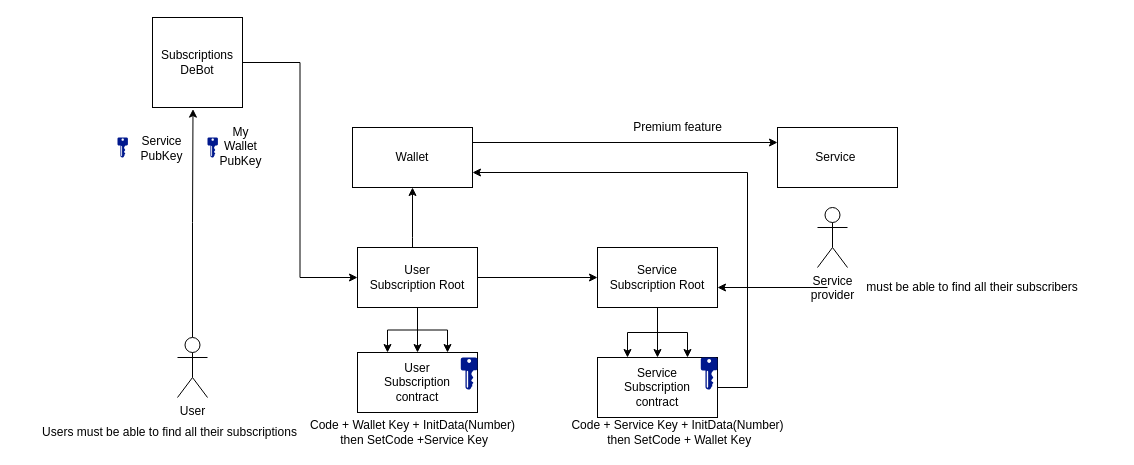
Above: Untitled Diagram.drawio in SkySonR/draw.io (draw.io), before the change. Source tidied: cells renumbered, new cells numbered last; positions are measured from the earlier drawing's top-left corner, leaving out a move shared by most shapes. Both pictures are drawn from the tidied source at 100%, with x=0, y=0 at pixel (37, 17).
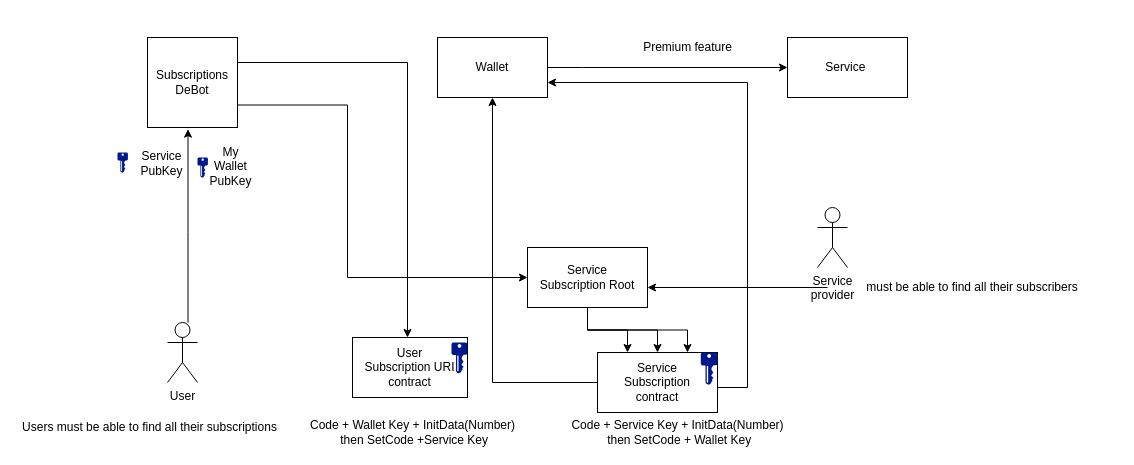
The same diagram, later.

Unchanged cells that the change refers to:
```xml
<mxCell id="18" value="Service&lt;br&gt;Subscription&lt;br&gt;contract" style="rounded=0;whiteSpace=wrap;html=1;" parent="17" vertex="1">
  <mxGeometry width="120" height="60" as="geometry" />
</mxCell>
```

Diff of the diagram source:
```diff
@@
     <mxCell id="2" style="edgeStyle=orthogonalEdgeStyle;rounded=0;jettySize=auto;html=1;entryX=0.45;entryY=1.018;entryDx=0;entryDy=0;entryPerimeter=0;" parent="1" edge="1" source="3" target="33">
-      <mxGeometry relative="1" as="geometry" />
+      <mxGeometry relative="1" as="geometry">
+        <Array as="points">
+          <mxPoint x="151" y="215" />
+        </Array>
+      </mxGeometry>
     </mxCell>
     <mxCell id="3" value="User" style="shape=umlActor;verticalLabelPosition=bottom;verticalAlign=top;html=1;outlineConnect=0;" parent="1" vertex="1">
-      <mxGeometry x="140" y="320" width="30" height="60" as="geometry" />
+      <mxGeometry x="130" y="305" width="30" height="60" as="geometry" />
     </mxCell>
     <mxCell id="4" value="Service&amp;nbsp;" style="rounded=0;whiteSpace=wrap;html=1;" parent="1" vertex="1">
-      <mxGeometry x="740" y="110" width="120" height="60" as="geometry" />
+      <mxGeometry x="750" y="20" width="120" height="60" as="geometry" />
     </mxCell>
@@
     <mxCell id="8" value="Service&lt;br&gt;Subscription Root" style="rounded=0;whiteSpace=wrap;html=1;" parent="1" vertex="1">
-      <mxGeometry x="560" y="230" width="120" height="60" as="geometry" />
+      <mxGeometry x="490" y="230" width="120" height="60" as="geometry" />
     </mxCell>
-    <mxCell id="9" style="edgeStyle=orthogonalEdgeStyle;rounded=0;jettySize=auto;html=1;entryX=0.5;entryY=0;entryDx=0;entryDy=0;" parent="1" edge="1" source="14" target="23">
-      <mxGeometry relative="1" as="geometry" />
-    </mxCell>
-    <mxCell id="10" style="edgeStyle=orthogonalEdgeStyle;rounded=0;jettySize=auto;html=1;entryX=0.75;entryY=0;entryDx=0;entryDy=0;" parent="1" edge="1" source="14" target="23">
-      <mxGeometry relative="1" as="geometry" />
-    </mxCell>
-    <mxCell id="11" style="edgeStyle=orthogonalEdgeStyle;rounded=0;jettySize=auto;html=1;entryX=0;entryY=0.5;entryDx=0;entryDy=0;" parent="1" edge="1" source="14" target="8">
-      <mxGeometry relative="1" as="geometry" />
+    <mxCell id="11" style="edgeStyle=orthogonalEdgeStyle;rounded=0;jettySize=auto;html=1;entryX=0;entryY=0.5;entryDx=0;entryDy=0;exitX=1;exitY=0.75;exitDx=0;exitDy=0;" parent="1" edge="1" source="33" target="8">
+      <mxGeometry relative="1" as="geometry">
+        <Array as="points">
+          <mxPoint x="310" y="87" />
+          <mxPoint x="310" y="260" />
+        </Array>
+      </mxGeometry>
     </mxCell>
-    <mxCell id="12" style="edgeStyle=orthogonalEdgeStyle;rounded=0;jettySize=auto;html=1;entryX=0.5;entryY=1;entryDx=0;entryDy=0;" parent="1" edge="1" source="14" target="21">
-      <mxGeometry relative="1" as="geometry">
-        <Array as="points">
-          <mxPoint x="375" y="220" />
-          <mxPoint x="375" y="220" />
-        </Array>
-      </mxGeometry>
-    </mxCell>
-    <mxCell id="13" style="edgeStyle=orthogonalEdgeStyle;rounded=0;jettySize=auto;html=1;entryX=0.25;entryY=0;entryDx=0;entryDy=0;" parent="1" edge="1" source="14" target="23">
-      <mxGeometry relative="1" as="geometry" />
-    </mxCell>
-    <mxCell id="14" value="User&lt;br&gt;Subscription Root" style="rounded=0;whiteSpace=wrap;html=1;" parent="1" vertex="1">
-      <mxGeometry x="320" y="230" width="120" height="60" as="geometry" />
-    </mxCell>
     <mxCell id="15" value="Users must be able to find all their subscriptions" style="text;html=1;strokeColor=none;fillColor=none;align=center;verticalAlign=middle;whiteSpace=wrap;rounded=0;" parent="1" vertex="1">
-      <mxGeometry y="405" width="265" height="20" as="geometry" />
+      <mxGeometry x="-20" y="400" width="265" height="20" as="geometry" />
     </mxCell>
@@
     <mxCell id="17" style="group;" parent="1" vertex="1">
-      <mxGeometry x="560" y="340" width="120" height="60" as="geometry" />
+      <mxGeometry x="560" y="335" width="120" height="60" as="geometry" />
     </mxCell>
@@
-    <mxCell id="20" style="edgeStyle=orthogonalEdgeStyle;rounded=0;jettySize=auto;html=1;exitX=1;exitY=0.25;exitDx=0;exitDy=0;entryX=0;entryY=0.25;entryDx=0;entryDy=0;" parent="1" edge="1" source="21" target="4">
-      <mxGeometry relative="1" as="geometry" />
+    <mxCell id="20" style="edgeStyle=orthogonalEdgeStyle;rounded=0;jettySize=auto;html=1;exitX=1;exitY=0.25;exitDx=0;exitDy=0;" parent="1" edge="1" source="21">
+      <mxGeometry relative="1" as="geometry">
+        <mxPoint x="750" y="50" as="targetPoint" />
+        <Array as="points">
+          <mxPoint x="545" y="50" />
+          <mxPoint x="750" y="50" />
+        </Array>
+      </mxGeometry>
     </mxCell>
     <mxCell id="21" value="Wallet" style="rounded=0;whiteSpace=wrap;html=1;" parent="1" vertex="1">
-      <mxGeometry x="315" y="110" width="120" height="60" as="geometry" />
+      <mxGeometry x="400" y="20" width="110" height="60" as="geometry" />
     </mxCell>
     <mxCell id="22" style="group;" parent="1" vertex="1">
-      <mxGeometry x="320" y="335" width="120" height="60" as="geometry" />
+      <mxGeometry x="315" y="320" width="115" height="60" as="geometry" />
     </mxCell>
-    <mxCell id="23" value="User&lt;br&gt;Subscription&lt;br&gt;contract" style="rounded=0;whiteSpace=wrap;html=1;" parent="22" vertex="1">
-      <mxGeometry width="120" height="60" as="geometry" />
+    <mxCell id="23" value="User&lt;br&gt;Subscription URI&lt;br&gt;contract" style="rounded=0;whiteSpace=wrap;html=1;" parent="22" vertex="1">
+      <mxGeometry width="115" height="60" as="geometry" />
     </mxCell>
     <mxCell id="24" style="shadow=0;dashed=0;html=1;strokeColor=none;labelPosition=center;verticalLabelPosition=bottom;verticalAlign=top;align=center;fillColor=#00188D;shape=mxgraph.mscae.enterprise.key_permissions;" parent="22" vertex="1">
-      <mxGeometry x="103.3" y="5" width="16.7" height="32.1" as="geometry" />
+      <mxGeometry x="99" y="5" width="16" height="30.7" as="geometry" />
     </mxCell>
@@
     <mxCell id="26" style="group;" parent="1" vertex="1">
-      <mxGeometry x="80" y="120" width="65" height="30" as="geometry" />
+      <mxGeometry x="80" y="135" width="65" height="30" as="geometry" />
     </mxCell>
@@
     <mxCell id="30" style="edgeStyle=orthogonalEdgeStyle;rounded=0;jettySize=auto;html=1;entryX=1;entryY=0.75;entryDx=0;entryDy=0;" parent="1" edge="1" source="18" target="21">
       <mxGeometry relative="1" as="geometry">
         <Array as="points">
           <mxPoint x="710" y="370" />
-          <mxPoint x="710" y="155" />
+          <mxPoint x="710" y="65" />
         </Array>
       </mxGeometry>
     </mxCell>
     <mxCell id="31" value="&lt;span&gt;Premium feature&lt;/span&gt;" style="text;html=1;align=center;verticalAlign=middle;" parent="1" vertex="1">
-      <mxGeometry x="590" y="100" width="100" height="20" as="geometry" />
+      <mxGeometry x="600" y="20" width="100" height="20" as="geometry" />
     </mxCell>
-    <mxCell id="32" style="edgeStyle=orthogonalEdgeStyle;rounded=0;jettySize=auto;html=1;entryX=0;entryY=0.5;entryDx=0;entryDy=0;" parent="1" edge="1" source="33" target="14">
-      <mxGeometry relative="1" as="geometry" />
+    <mxCell id="32" style="edgeStyle=orthogonalEdgeStyle;rounded=0;jettySize=auto;html=1;" parent="1" edge="1" source="33" target="23">
+      <mxGeometry relative="1" as="geometry">
+        <Array as="points">
+          <mxPoint x="370" y="45" />
+        </Array>
+      </mxGeometry>
     </mxCell>
     <mxCell id="33" value="Subscriptions&lt;br&gt;DeBot" style="whiteSpace=wrap;html=1;" parent="1" vertex="1">
-      <mxGeometry x="115" width="90" height="90" as="geometry" />
+      <mxGeometry x="110" y="20" width="90" height="90" as="geometry" />
     </mxCell>
     <mxCell id="34" style="group;" parent="1" vertex="1">
-      <mxGeometry x="170" y="120" width="50" height="20" as="geometry" />
+      <mxGeometry x="160" y="140" width="50" height="20" as="geometry" />
     </mxCell>
@@
+    <mxCell id="39" style="edgeStyle=orthogonalEdgeStyle;rounded=0;jettySize=auto;html=1;entryX=0.5;entryY=1;entryDx=0;entryDy=0;" parent="1" edge="1" source="18" target="21">
+      <mxGeometry relative="1" as="geometry" />
+    </mxCell>
```
